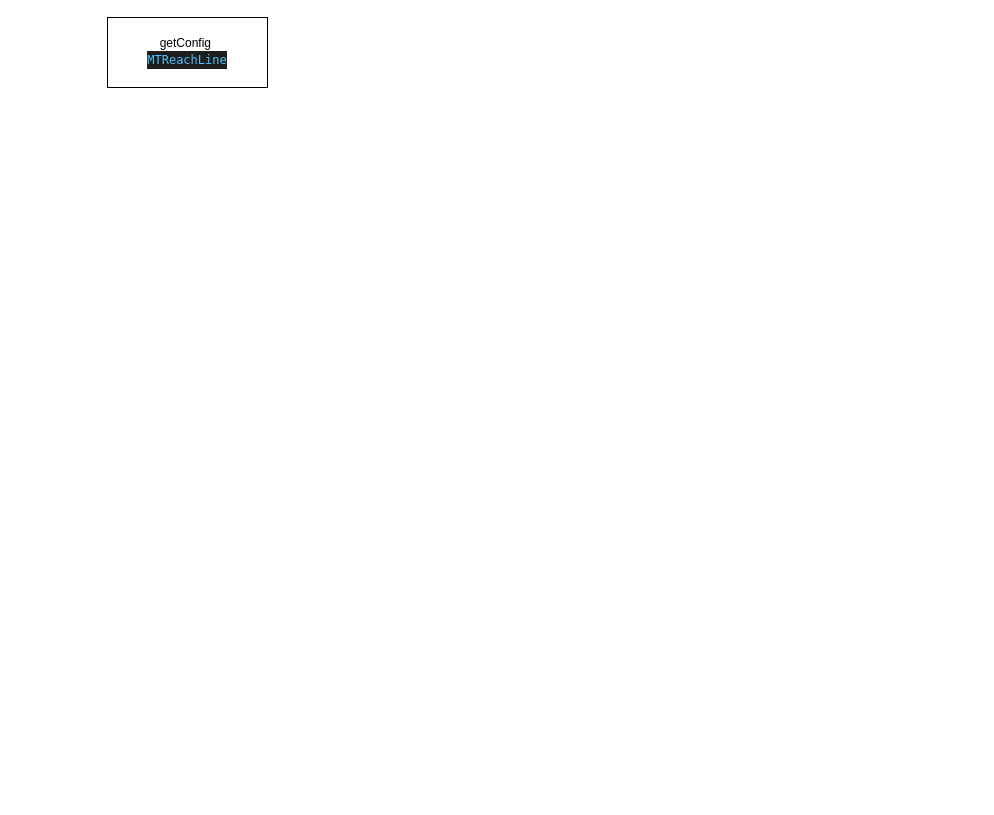
This is 分档上线设置.drawio from cychenyao/test, a draw.io file, before an edit. Source tidied: cells renumbered, new cells numbered last; positions are measured from the earlier drawing's top-left corner, leaving out a move shared by most shapes. Both pictures are drawn from the tidied source at 100%, with x=0, y=0 at pixel (107, 17).
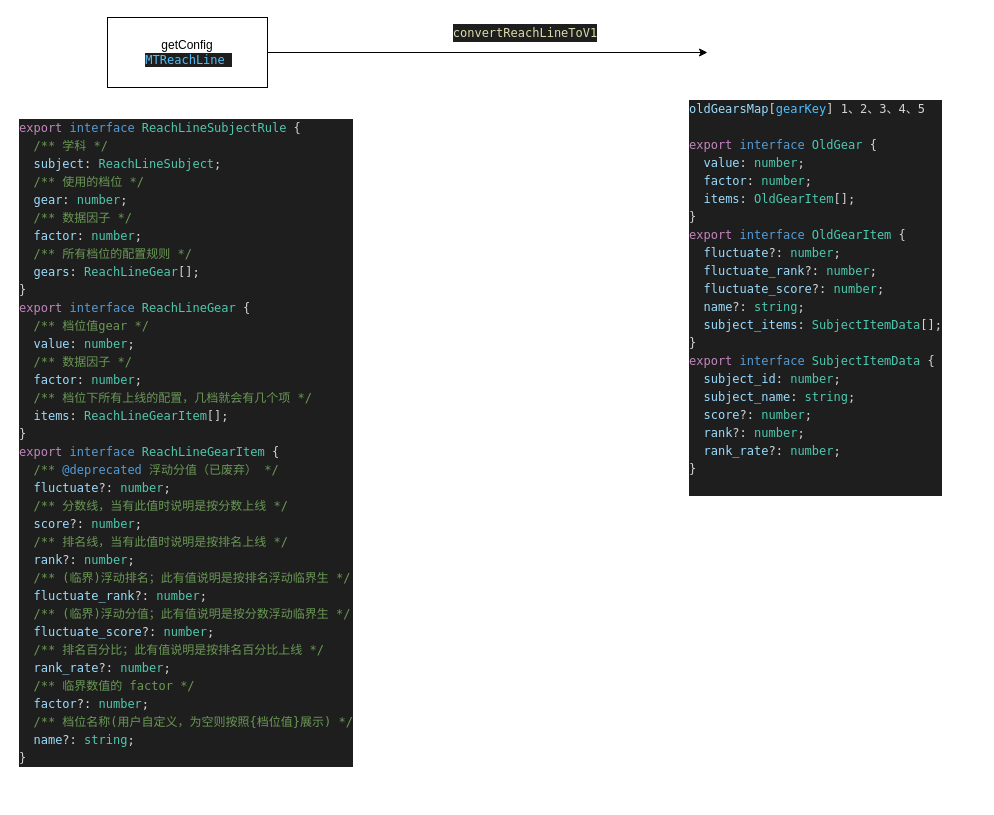
After the change.

Commit message:
更新分档上线设置.drawio

The edit, as a diff of the source:
```diff
@@
 <mxGraphModel>
   <root>
     <mxCell id="0" />
     <mxCell id="1" parent="0" />
-    <mxCell id="2" value="getConfig&amp;nbsp;&lt;div&gt;&lt;div style=&quot;color: rgb(212, 212, 212); background-color: rgb(30, 30, 30); font-family: Menlo, Monaco, &amp;quot;Courier New&amp;quot;, monospace; line-height: 18px; white-space: pre;&quot;&gt;&lt;span style=&quot;color: #4fc1ff;&quot;&gt;MTReachLine&lt;/span&gt;&lt;/div&gt;&lt;/div&gt;" style="rounded=0;whiteSpace=wrap;html=1;" parent="1" vertex="1">
+    <mxCell id="2" value="getConfig&lt;div&gt;&amp;nbsp;&lt;span style=&quot;color: light-dark(rgb(79, 193, 255), rgb(7, 105, 158)); background-color: light-dark(rgb(30, 30, 30), rgb(211, 211, 211)); font-family: Menlo, Monaco, &amp;quot;Courier New&amp;quot;, monospace; white-space: pre;&quot;&gt;MTReachLine &lt;/span&gt;&lt;/div&gt;" style="rounded=0;whiteSpace=wrap;html=1;" parent="1" vertex="1">
       <mxGeometry width="160" height="70" as="geometry" />
     </mxCell>
+    <mxCell id="3" value="&lt;div style=&quot;color: rgb(212, 212, 212); background-color: rgb(30, 30, 30); font-family: Menlo, Monaco, &amp;quot;Courier New&amp;quot;, monospace; line-height: 18px; white-space: pre;&quot;&gt;&lt;div&gt;&lt;span style=&quot;color: rgb(197, 134, 192);&quot;&gt;export&lt;/span&gt; &lt;span style=&quot;color: rgb(86, 156, 214);&quot;&gt;interface&lt;/span&gt; &lt;span style=&quot;color: rgb(78, 201, 176);&quot;&gt;ReachLineSubjectRule&lt;/span&gt; {&lt;/div&gt;&lt;div&gt;  &lt;span style=&quot;color: rgb(106, 153, 85);&quot;&gt;/** 学科 */&lt;/span&gt;&lt;/div&gt;&lt;div&gt;  &lt;span style=&quot;color: rgb(156, 220, 254);&quot;&gt;subject&lt;/span&gt;: &lt;span style=&quot;color: rgb(78, 201, 176);&quot;&gt;ReachLineSubject&lt;/span&gt;;&lt;/div&gt;&lt;div&gt;  &lt;span style=&quot;color: rgb(106, 153, 85);&quot;&gt;/** 使用的档位 */&lt;/span&gt;&lt;/div&gt;&lt;div&gt;  &lt;span style=&quot;color: rgb(156, 220, 254);&quot;&gt;gear&lt;/span&gt;: &lt;span style=&quot;color: rgb(78, 201, 176);&quot;&gt;number&lt;/span&gt;;&lt;/div&gt;&lt;div&gt;  &lt;span style=&quot;color: rgb(106, 153, 85);&quot;&gt;/** 数据因子 */&lt;/span&gt;&lt;/div&gt;&lt;div&gt;  &lt;span style=&quot;color: rgb(156, 220, 254);&quot;&gt;factor&lt;/span&gt;: &lt;span style=&quot;color: rgb(78, 201, 176);&quot;&gt;number&lt;/span&gt;;&lt;/div&gt;&lt;div&gt;  &lt;span style=&quot;color: rgb(106, 153, 85);&quot;&gt;/** 所有档位的配置规则 */&lt;/span&gt;&lt;/div&gt;&lt;div&gt;  &lt;span style=&quot;color: rgb(156, 220, 254);&quot;&gt;gears&lt;/span&gt;: &lt;span style=&quot;color: rgb(78, 201, 176);&quot;&gt;ReachLineGear&lt;/span&gt;[];&lt;/div&gt;&lt;div&gt;}&lt;/div&gt;&lt;div&gt;&lt;div style=&quot;line-height: 18px;&quot;&gt;&lt;div&gt;&lt;span style=&quot;color: rgb(197, 134, 192);&quot;&gt;export&lt;/span&gt; &lt;span style=&quot;color: rgb(86, 156, 214);&quot;&gt;interface&lt;/span&gt; &lt;span style=&quot;color: rgb(78, 201, 176);&quot;&gt;ReachLineGear&lt;/span&gt; {&lt;/div&gt;&lt;div&gt;  &lt;span style=&quot;color: rgb(106, 153, 85);&quot;&gt;/** 档位值gear */&lt;/span&gt;&lt;/div&gt;&lt;div&gt;  &lt;span style=&quot;color: rgb(156, 220, 254);&quot;&gt;value&lt;/span&gt;: &lt;span style=&quot;color: rgb(78, 201, 176);&quot;&gt;number&lt;/span&gt;;&lt;/div&gt;&lt;div&gt;  &lt;span style=&quot;color: rgb(106, 153, 85);&quot;&gt;/** 数据因子 */&lt;/span&gt;&lt;/div&gt;&lt;div&gt;  &lt;span style=&quot;color: rgb(156, 220, 254);&quot;&gt;factor&lt;/span&gt;: &lt;span style=&quot;color: rgb(78, 201, 176);&quot;&gt;number&lt;/span&gt;;&lt;/div&gt;&lt;div&gt;  &lt;span style=&quot;color: rgb(106, 153, 85);&quot;&gt;/** 档位下所有上线的配置，几档就会有几个项 */&lt;/span&gt;&lt;/div&gt;&lt;div&gt;  &lt;span style=&quot;color: rgb(156, 220, 254);&quot;&gt;items&lt;/span&gt;: &lt;span style=&quot;color: rgb(78, 201, 176);&quot;&gt;ReachLineGearItem&lt;/span&gt;[];&lt;/div&gt;&lt;div&gt;}&lt;/div&gt;&lt;div&gt;&lt;div style=&quot;line-height: 18px;&quot;&gt;&lt;div&gt;&lt;span style=&quot;color: rgb(197, 134, 192);&quot;&gt;export&lt;/span&gt; &lt;span style=&quot;color: rgb(86, 156, 214);&quot;&gt;interface&lt;/span&gt; &lt;span style=&quot;color: rgb(78, 201, 176);&quot;&gt;ReachLineGearItem&lt;/span&gt; {&lt;/div&gt;&lt;div&gt;  &lt;span style=&quot;color: rgb(106, 153, 85);&quot;&gt;/** &lt;/span&gt;&lt;span style=&quot;color: rgb(86, 156, 214);&quot;&gt;@deprecated&lt;/span&gt;&lt;span style=&quot;color: rgb(106, 153, 85);&quot;&gt; 浮动分值（已废弃） */&lt;/span&gt;&lt;/div&gt;&lt;div&gt;  &lt;span style=&quot;color: rgb(156, 220, 254);&quot;&gt;fluctuate&lt;/span&gt;?: &lt;span style=&quot;color: rgb(78, 201, 176);&quot;&gt;number&lt;/span&gt;;&lt;/div&gt;&lt;div&gt;  &lt;span style=&quot;color: rgb(106, 153, 85);&quot;&gt;/** 分数线，当有此值时说明是按分数上线 */&lt;/span&gt;&lt;/div&gt;&lt;div&gt;  &lt;span style=&quot;color: rgb(156, 220, 254);&quot;&gt;score&lt;/span&gt;?: &lt;span style=&quot;color: rgb(78, 201, 176);&quot;&gt;number&lt;/span&gt;;&lt;/div&gt;&lt;div&gt;  &lt;span style=&quot;color: rgb(106, 153, 85);&quot;&gt;/** 排名线，当有此值时说明是按排名上线 */&lt;/span&gt;&lt;/div&gt;&lt;div&gt;  &lt;span style=&quot;color: rgb(156, 220, 254);&quot;&gt;rank&lt;/span&gt;?: &lt;span style=&quot;color: rgb(78, 201, 176);&quot;&gt;number&lt;/span&gt;;&lt;/div&gt;&lt;div&gt;  &lt;span style=&quot;color: rgb(106, 153, 85);&quot;&gt;/** (临界)浮动排名；此有值说明是按排名浮动临界生 */&lt;/span&gt;&lt;/div&gt;&lt;div&gt;  &lt;span style=&quot;color: rgb(156, 220, 254);&quot;&gt;fluctuate_rank&lt;/span&gt;?: &lt;span style=&quot;color: rgb(78, 201, 176);&quot;&gt;number&lt;/span&gt;;&lt;/div&gt;&lt;div&gt;  &lt;span style=&quot;color: rgb(106, 153, 85);&quot;&gt;/** (临界)浮动分值；此有值说明是按分数浮动临界生 */&lt;/span&gt;&lt;/div&gt;&lt;div&gt;  &lt;span style=&quot;color: rgb(156, 220, 254);&quot;&gt;fluctuate_score&lt;/span&gt;?: &lt;span style=&quot;color: rgb(78, 201, 176);&quot;&gt;number&lt;/span&gt;;&lt;/div&gt;&lt;div&gt;  &lt;span style=&quot;color: rgb(106, 153, 85);&quot;&gt;/** 排名百分比；此有值说明是按排名百分比上线 */&lt;/span&gt;&lt;/div&gt;&lt;div&gt;  &lt;span style=&quot;color: rgb(156, 220, 254);&quot;&gt;rank_rate&lt;/span&gt;?: &lt;span style=&quot;color: rgb(78, 201, 176);&quot;&gt;number&lt;/span&gt;;&lt;/div&gt;&lt;div&gt;  &lt;span style=&quot;color: rgb(106, 153, 85);&quot;&gt;/** 临界数值的 factor */&lt;/span&gt;&lt;/div&gt;&lt;div&gt;  &lt;span style=&quot;color: rgb(156, 220, 254);&quot;&gt;factor&lt;/span&gt;?: &lt;span style=&quot;color: rgb(78, 201, 176);&quot;&gt;number&lt;/span&gt;;&lt;/div&gt;&lt;div&gt;  &lt;span style=&quot;color: rgb(106, 153, 85);&quot;&gt;/** 档位名称(用户自定义，为空则按照{档位值}展示) */&lt;/span&gt;&lt;/div&gt;&lt;div&gt;  &lt;span style=&quot;color: rgb(156, 220, 254);&quot;&gt;name&lt;/span&gt;?: &lt;span style=&quot;color: rgb(78, 201, 176);&quot;&gt;string&lt;/span&gt;;&lt;/div&gt;&lt;div&gt;}&lt;/div&gt;&lt;/div&gt;&lt;/div&gt;&lt;/div&gt;&lt;/div&gt;&lt;/div&gt;" style="text;html=1;whiteSpace=wrap;strokeColor=none;fillColor=none;align=left;verticalAlign=middle;rounded=0;" parent="1" vertex="1">
+      <mxGeometry x="-90" y="70" width="340" height="710" as="geometry" />
+    </mxCell>
+    <mxCell id="4" style="endArrow=classic;html=1;rounded=0;exitX=1;exitY=0.5;exitDx=0;exitDy=0;" parent="1" edge="1" source="2">
+      <mxGeometry relative="1" as="geometry">
+        <mxPoint x="600" y="35" as="targetPoint" />
+      </mxGeometry>
+    </mxCell>
+    <mxCell id="5" value="&lt;div style=&quot;color: rgb(212, 212, 212); background-color: rgb(30, 30, 30); font-family: Menlo, Monaco, &amp;quot;Courier New&amp;quot;, monospace; line-height: 18px; white-space: pre;&quot;&gt;&lt;span style=&quot;color: #dcdcaa;&quot;&gt;convertReachLineToV1&lt;/span&gt;&lt;/div&gt;" style="text;html=1;whiteSpace=wrap;strokeColor=none;fillColor=none;align=center;verticalAlign=middle;rounded=0;" parent="1" vertex="1">
+      <mxGeometry x="340" width="156" height="30" as="geometry" />
+    </mxCell>
+    <mxCell id="6" value="&lt;div style=&quot;color: rgb(212, 212, 212); background-color: rgb(30, 30, 30); font-family: Menlo, Monaco, &amp;quot;Courier New&amp;quot;, monospace; line-height: 18px; white-space: pre;&quot;&gt;&lt;div&gt;&lt;span style=&quot;color: rgb(197, 134, 192);&quot;&gt;&lt;div style=&quot;color: rgb(212, 212, 212); line-height: 18px;&quot;&gt;&lt;span style=&quot;color: rgb(156, 220, 254);&quot;&gt;oldGearsMap&lt;/span&gt;&lt;span style=&quot;background-color: light-dark(rgb(30, 30, 30), rgb(211, 211, 211)); color: light-dark(rgb(212, 212, 212), rgb(55, 55, 55));&quot;&gt;[&lt;/span&gt;&lt;span style=&quot;background-color: light-dark(rgb(30, 30, 30), rgb(211, 211, 211)); color: rgb(79, 193, 255);&quot;&gt;gearKey&lt;/span&gt;&lt;span style=&quot;background-color: light-dark(rgb(30, 30, 30), rgb(211, 211, 211)); color: light-dark(rgb(212, 212, 212), rgb(55, 55, 55));&quot;&gt;] 1、2、3、4、5&lt;/span&gt;&lt;/div&gt;&lt;div style=&quot;color: rgb(212, 212, 212); line-height: 18px;&quot;&gt;&lt;span style=&quot;background-color: light-dark(rgb(30, 30, 30), rgb(211, 211, 211)); color: light-dark(rgb(212, 212, 212), rgb(55, 55, 55));&quot;&gt;&lt;br&gt;&lt;/span&gt;&lt;/div&gt;&lt;/span&gt;&lt;/div&gt;&lt;div&gt;&lt;span style=&quot;color: rgb(197, 134, 192);&quot;&gt;export&lt;/span&gt; &lt;span style=&quot;color: rgb(86, 156, 214);&quot;&gt;interface&lt;/span&gt; &lt;span style=&quot;color: rgb(78, 201, 176);&quot;&gt;OldGear&lt;/span&gt; {&lt;/div&gt;&lt;div&gt;  &lt;span style=&quot;color: rgb(156, 220, 254);&quot;&gt;value&lt;/span&gt;: &lt;span style=&quot;color: rgb(78, 201, 176);&quot;&gt;number&lt;/span&gt;;&lt;/div&gt;&lt;div&gt;  &lt;span style=&quot;color: rgb(156, 220, 254);&quot;&gt;factor&lt;/span&gt;: &lt;span style=&quot;color: rgb(78, 201, 176);&quot;&gt;number&lt;/span&gt;;&lt;/div&gt;&lt;div&gt;  &lt;span style=&quot;color: rgb(156, 220, 254);&quot;&gt;items&lt;/span&gt;: &lt;span style=&quot;color: rgb(78, 201, 176);&quot;&gt;OldGearItem&lt;/span&gt;[];&lt;/div&gt;&lt;div&gt;}&lt;/div&gt;&lt;div&gt;&lt;div style=&quot;line-height: 18px;&quot;&gt;&lt;div&gt;&lt;span style=&quot;color: rgb(197, 134, 192);&quot;&gt;export&lt;/span&gt; &lt;span style=&quot;color: rgb(86, 156, 214);&quot;&gt;interface&lt;/span&gt; &lt;span style=&quot;color: rgb(78, 201, 176);&quot;&gt;OldGearItem&lt;/span&gt; {&lt;/div&gt;&lt;div&gt;  &lt;span style=&quot;color: rgb(156, 220, 254);&quot;&gt;fluctuate&lt;/span&gt;?: &lt;span style=&quot;color: rgb(78, 201, 176);&quot;&gt;number&lt;/span&gt;;&lt;/div&gt;&lt;div&gt;  &lt;span style=&quot;color: rgb(156, 220, 254);&quot;&gt;fluctuate_rank&lt;/span&gt;?: &lt;span style=&quot;color: rgb(78, 201, 176);&quot;&gt;number&lt;/span&gt;;&lt;/div&gt;&lt;div&gt;  &lt;span style=&quot;color: rgb(156, 220, 254);&quot;&gt;fluctuate_score&lt;/span&gt;?: &lt;span style=&quot;color: rgb(78, 201, 176);&quot;&gt;number&lt;/span&gt;;&lt;/div&gt;&lt;div&gt;  &lt;span style=&quot;color: rgb(156, 220, 254);&quot;&gt;name&lt;/span&gt;?: &lt;span style=&quot;color: rgb(78, 201, 176);&quot;&gt;string&lt;/span&gt;;&lt;/div&gt;&lt;div&gt;  &lt;span style=&quot;color: rgb(156, 220, 254);&quot;&gt;subject_items&lt;/span&gt;: &lt;span style=&quot;color: rgb(78, 201, 176);&quot;&gt;SubjectItemData&lt;/span&gt;[];&lt;/div&gt;&lt;div&gt;}&lt;/div&gt;&lt;div&gt;&lt;div style=&quot;line-height: 18px;&quot;&gt;&lt;div&gt;&lt;span style=&quot;color: rgb(197, 134, 192);&quot;&gt;export&lt;/span&gt; &lt;span style=&quot;color: rgb(86, 156, 214);&quot;&gt;interface&lt;/span&gt; &lt;span style=&quot;color: rgb(78, 201, 176);&quot;&gt;SubjectItemData&lt;/span&gt; {&lt;/div&gt;&lt;div&gt;  &lt;span style=&quot;color: rgb(156, 220, 254);&quot;&gt;subject_id&lt;/span&gt;: &lt;span style=&quot;color: rgb(78, 201, 176);&quot;&gt;number&lt;/span&gt;;&lt;/div&gt;&lt;div&gt;  &lt;span style=&quot;color: rgb(156, 220, 254);&quot;&gt;subject_name&lt;/span&gt;: &lt;span style=&quot;color: rgb(78, 201, 176);&quot;&gt;string&lt;/span&gt;;&lt;/div&gt;&lt;div&gt;  &lt;span style=&quot;color: rgb(156, 220, 254);&quot;&gt;score&lt;/span&gt;?: &lt;span style=&quot;color: rgb(78, 201, 176);&quot;&gt;number&lt;/span&gt;;&lt;/div&gt;&lt;div&gt;  &lt;span style=&quot;color: rgb(156, 220, 254);&quot;&gt;rank&lt;/span&gt;?: &lt;span style=&quot;color: rgb(78, 201, 176);&quot;&gt;number&lt;/span&gt;;&lt;/div&gt;&lt;div&gt;  &lt;span style=&quot;color: rgb(156, 220, 254);&quot;&gt;rank_rate&lt;/span&gt;?: &lt;span style=&quot;color: rgb(78, 201, 176);&quot;&gt;number&lt;/span&gt;;&lt;/div&gt;&lt;div&gt;}&lt;/div&gt;&lt;/div&gt;&lt;/div&gt;&lt;br&gt;&lt;/div&gt;&lt;/div&gt;&lt;/div&gt;" style="text;html=1;whiteSpace=wrap;strokeColor=none;fillColor=none;align=left;verticalAlign=middle;rounded=0;" parent="1" vertex="1">
+      <mxGeometry x="580" y="100" width="290" height="360" as="geometry" />
+    </mxCell>
   </root>
 </mxGraphModel>
```
